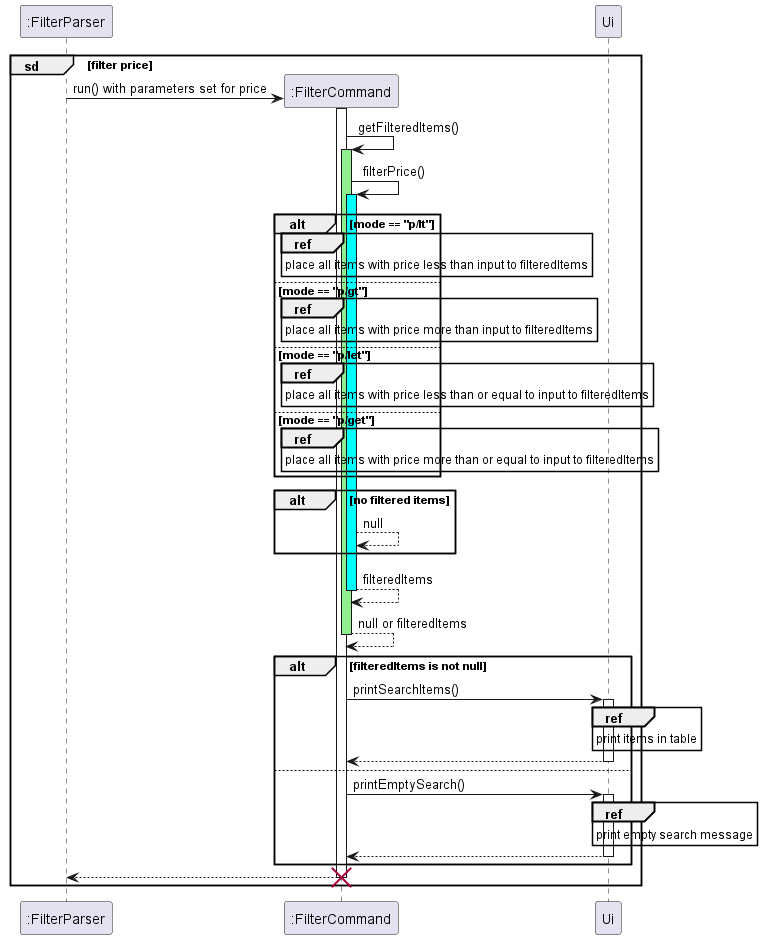
Above: docs/UML/Filter/FilterPrice.png in nus-cs2113-AY2223S2/tp (PlantUML), before the change.
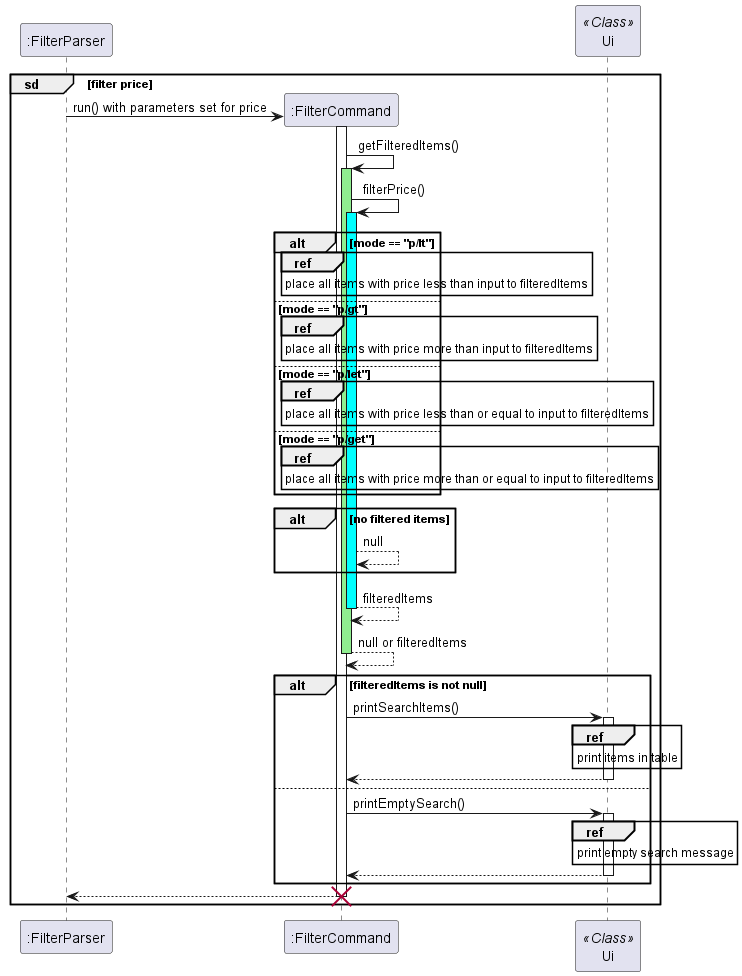
Above is the later version.

What changed in the source:
```diff
@@ -8,7 +8,7 @@
     activate ":FilterCommand" #lightgreen
     ":FilterCommand" -> ":FilterCommand": filterPrice()
     activate ":FilterCommand" #cyan
-    participant Ui
+    participant Ui << Class >>
     alt mode == "p/lt"
         ref over ":FilterCommand"
             place all items with price less than input to filteredItems
```
